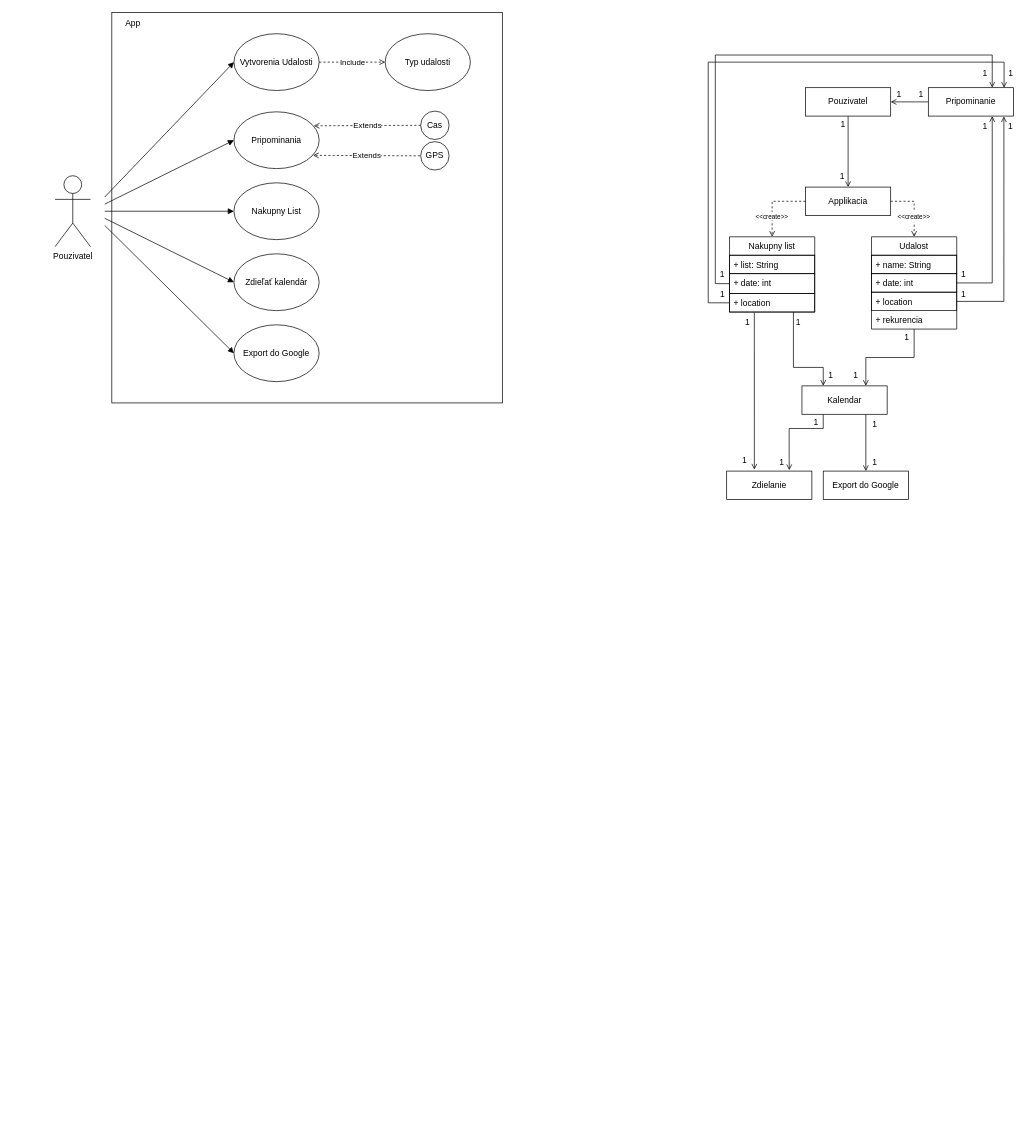
Earlier version of the draw.io diagram SWI_1.drawio (X-Marosi/SWI_1). Source tidied: cells renumbered, new cells numbered last; positions are measured from the earlier drawing's top-left corner, leaving out a move shared by most shapes. Both pictures are drawn from the tidied source at 71%, with x=0, y=0 at pixel (55, 12).
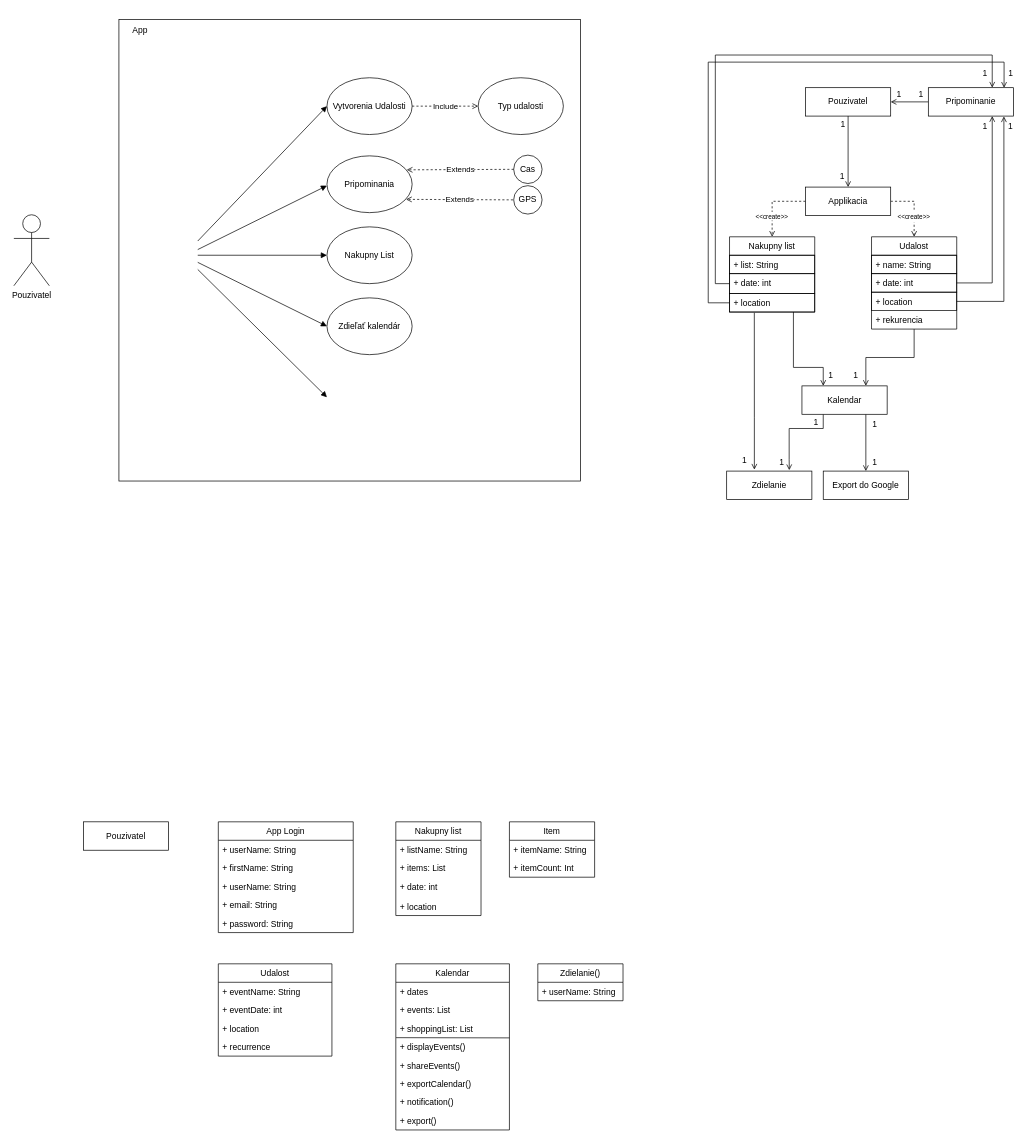
Above is the later version.

Diff of the diagram source:
```diff
@@
     <mxCell id="2" style="whiteSpace=wrap;html=1;fillColor=none;" parent="1" vertex="1">
-      <mxGeometry x="80" width="550" height="550" as="geometry" />
+      <mxGeometry x="90" y="10" width="650" height="650" as="geometry" />
     </mxCell>
     <mxCell id="3" value="Pouzivatel" style="shape=umlActor;verticalLabelPosition=bottom;verticalAlign=top;html=1;" parent="1" vertex="1">
-      <mxGeometry y="230" width="50" height="100" as="geometry" />
+      <mxGeometry x="-58" y="285" width="50" height="100" as="geometry" />
     </mxCell>
     <mxCell id="4" value="Vytvorenia Udalosti" style="ellipse;whiteSpace=wrap;html=1;" parent="1" vertex="1">
-      <mxGeometry x="252" y="30" width="120" height="80" as="geometry" />
+      <mxGeometry x="383" y="92" width="120" height="80" as="geometry" />
     </mxCell>
     <mxCell id="5" value="Nakupny List" style="ellipse;whiteSpace=wrap;html=1;" parent="1" vertex="1">
-      <mxGeometry x="252" y="240" width="120" height="80" as="geometry" />
+      <mxGeometry x="383" y="302" width="120" height="80" as="geometry" />
     </mxCell>
     <mxCell id="6" value="Zdieľať kalendár" style="ellipse;whiteSpace=wrap;html=1;" parent="1" vertex="1">
-      <mxGeometry x="252" y="340" width="120" height="80" as="geometry" />
+      <mxGeometry x="383" y="402" width="120" height="80" as="geometry" />
     </mxCell>
-    <mxCell id="7" value="Export do Google" style="ellipse;whiteSpace=wrap;html=1;" parent="1" vertex="1">
-      <mxGeometry x="252" y="440" width="120" height="80" as="geometry" />
-    </mxCell>
     <mxCell id="8" style="endArrow=block;html=1;rounded=0;entryX=0;entryY=0.5;entryDx=0;entryDy=0;endFill=1;" parent="1" edge="1" target="4">
       <mxGeometry relative="1" as="geometry">
-        <mxPoint x="70" y="260" as="sourcePoint" />
+        <mxPoint x="201" y="322" as="sourcePoint" />
       </mxGeometry>
     </mxCell>
     <mxCell id="9" style="endArrow=block;html=1;rounded=0;entryX=0;entryY=0.5;entryDx=0;entryDy=0;endFill=1;" parent="1" edge="1" target="5">
       <mxGeometry relative="1" as="geometry">
-        <mxPoint x="70" y="280" as="sourcePoint" />
+        <mxPoint x="201" y="342" as="sourcePoint" />
       </mxGeometry>
     </mxCell>
     <mxCell id="10" style="endArrow=block;html=1;rounded=0;entryX=0;entryY=0.5;entryDx=0;entryDy=0;endFill=1;" parent="1" edge="1" target="6">
       <mxGeometry relative="1" as="geometry">
-        <mxPoint x="70" y="290" as="sourcePoint" />
+        <mxPoint x="201" y="352" as="sourcePoint" />
       </mxGeometry>
     </mxCell>
-    <mxCell id="11" style="endArrow=block;html=1;rounded=0;entryX=0;entryY=0.5;entryDx=0;entryDy=0;endFill=1;" parent="1" edge="1" target="7">
+    <mxCell id="11" style="endArrow=block;html=1;rounded=0;entryX=0;entryY=0.5;entryDx=0;entryDy=0;endFill=1;" parent="1" edge="1">
       <mxGeometry relative="1" as="geometry">
-        <mxPoint x="70" y="300" as="sourcePoint" />
+        <mxPoint x="201" y="362" as="sourcePoint" />
+        <mxPoint x="383" y="542" as="targetPoint" />
       </mxGeometry>
     </mxCell>
     <mxCell id="12" value="Typ udalosti" style="ellipse;whiteSpace=wrap;html=1;" parent="1" vertex="1">
-      <mxGeometry x="465" y="30" width="120" height="80" as="geometry" />
+      <mxGeometry x="596" y="92" width="120" height="80" as="geometry" />
     </mxCell>
@@
     <mxCell id="14" value="Pripominania" style="ellipse;whiteSpace=wrap;html=1;" parent="1" vertex="1">
-      <mxGeometry x="252" y="140" width="120" height="80" as="geometry" />
+      <mxGeometry x="383" y="202" width="120" height="80" as="geometry" />
     </mxCell>
     <mxCell id="15" value="Cas" style="ellipse;whiteSpace=wrap;html=1;" parent="1" vertex="1">
-      <mxGeometry x="515" y="139" width="40" height="40" as="geometry" />
+      <mxGeometry x="646" y="201" width="40" height="40" as="geometry" />
     </mxCell>
     <mxCell id="16" value="GPS" style="ellipse;whiteSpace=wrap;html=1;" parent="1" vertex="1">
-      <mxGeometry x="515" y="182" width="40" height="40" as="geometry" />
+      <mxGeometry x="646" y="244" width="40" height="40" as="geometry" />
     </mxCell>
     <mxCell id="17" value="Extends" style="endArrow=open;html=1;rounded=0;dashed=1;exitX=0;exitY=0.5;exitDx=0;exitDy=0;entryX=1;entryY=0;entryDx=0;entryDy=0;endFill=0;" parent="1" edge="1" source="15">
       <mxGeometry relative="1" as="geometry">
-        <mxPoint x="364.4" y="159.7" as="targetPoint" />
+        <mxPoint x="495.4" y="221.7" as="targetPoint" />
       </mxGeometry>
     </mxCell>
     <mxCell id="18" value="Extends" style="endArrow=open;html=1;rounded=0;dashed=1;exitX=0;exitY=0.5;exitDx=0;exitDy=0;entryX=1;entryY=1;entryDx=0;entryDy=0;endFill=0;" parent="1" edge="1">
       <mxGeometry relative="1" as="geometry">
-        <mxPoint x="514" y="202" as="sourcePoint" />
-        <mxPoint x="363.4" y="201.3" as="targetPoint" />
+        <mxPoint x="645" y="264" as="sourcePoint" />
+        <mxPoint x="494.4" y="263.3" as="targetPoint" />
       </mxGeometry>
     </mxCell>
-    <mxCell id="19" style="endArrow=block;html=1;rounded=0;entryX=0;entryY=0.5;entryDx=0;entryDy=0;endFill=1;" parent="1" edge="1" target="14">
+    <mxCell id="19" style="endArrow=block;html=1;rounded=0;entryX=0;entryY=0.5;entryDx=0;entryDy=0;endFill=1;" parent="1" edge="1">
       <mxGeometry relative="1" as="geometry">
-        <mxPoint x="70" y="270" as="sourcePoint" />
+        <mxPoint x="201" y="334" as="sourcePoint" />
+        <mxPoint x="383" y="244" as="targetPoint" />
       </mxGeometry>
     </mxCell>
     <mxCell id="20" value="App" style="text;html=1;strokeColor=none;fillColor=none;align=center;verticalAlign=middle;whiteSpace=wrap;rounded=0;" parent="1" vertex="1">
-      <mxGeometry x="80" width="60" height="30" as="geometry" />
+      <mxGeometry x="90" y="10" width="60" height="30" as="geometry" />
     </mxCell>
@@
-    <mxCell id="54" value="1" style="text;html=1;strokeColor=none;fillColor=none;align=center;verticalAlign=middle;whiteSpace=wrap;rounded=0;" parent="1" vertex="1">
-      <mxGeometry x="1037" y="422" width="20" height="30" as="geometry" />
-    </mxCell>
@@
-    <mxCell id="57" value="1" style="text;html=1;strokeColor=none;fillColor=none;align=center;verticalAlign=middle;whiteSpace=wrap;rounded=0;" parent="1" vertex="1">
-      <mxGeometry x="1190" y="443" width="20" height="30" as="geometry" />
-    </mxCell>
-    <mxCell id="58" value="1" style="text;html=1;strokeColor=none;fillColor=none;align=center;verticalAlign=middle;whiteSpace=wrap;rounded=0;" parent="1" vertex="1">
-      <mxGeometry x="1270" y="354" width="20" height="30" as="geometry" />
-    </mxCell>
-    <mxCell id="59" value="1" style="text;html=1;strokeColor=none;fillColor=none;align=center;verticalAlign=middle;whiteSpace=wrap;rounded=0;" parent="1" vertex="1">
-      <mxGeometry x="930" y="354" width="20" height="30" as="geometry" />
-    </mxCell>
@@
-    <mxCell id="65" value="1" style="text;html=1;align=center;verticalAlign=middle;strokeColor=none;fillColor=none;" parent="1" vertex="1">
-      <mxGeometry x="960" y="422" width="30" height="30" as="geometry" />
-    </mxCell>
@@
-    <mxCell id="69" value="1" style="text;html=1;strokeColor=none;fillColor=none;align=center;verticalAlign=middle;whiteSpace=wrap;rounded=0;" parent="1" vertex="1">
-      <mxGeometry x="1270" y="383" width="20" height="30" as="geometry" />
-    </mxCell>
@@
-    <mxCell id="71" value="1" style="text;html=1;align=center;verticalAlign=middle;strokeColor=none;fillColor=none;" parent="1" vertex="1">
-      <mxGeometry x="925" y="383" width="30" height="30" as="geometry" />
-    </mxCell>
@@
+    <mxCell id="73" value="Pouzivatel" style="rounded=0;whiteSpace=wrap;html=1;" parent="1" vertex="1">
+      <mxGeometry x="40" y="1140" width="120" height="40" as="geometry" />
+    </mxCell>
+    <mxCell id="74" value="App Login" style="swimlane;fontStyle=0;horizontal=1;startSize=26;fillColor=none;strokeColor=default;" parent="1" vertex="1">
+      <mxGeometry x="230" y="1140" width="190" height="156" as="geometry" />
+    </mxCell>
+    <mxCell id="75" value="+ userName: String" style="text;strokeColor=none;fillColor=none;align=left;verticalAlign=top;spacingLeft=4;spacingRight=4;overflow=hidden;" parent="74" vertex="1">
+      <mxGeometry y="26" width="190" height="26" as="geometry" />
+    </mxCell>
+    <mxCell id="76" value="+ firstName: String" style="text;strokeColor=none;fillColor=none;align=left;verticalAlign=top;spacingLeft=4;spacingRight=4;overflow=hidden;" parent="74" vertex="1">
+      <mxGeometry y="52" width="190" height="26" as="geometry" />
+    </mxCell>
+    <mxCell id="77" value="+ userName: String" style="text;strokeColor=none;fillColor=none;align=left;verticalAlign=top;spacingLeft=4;spacingRight=4;overflow=hidden;" parent="74" vertex="1">
+      <mxGeometry y="78" width="190" height="26" as="geometry" />
+    </mxCell>
+    <mxCell id="78" value="+ email: String" style="text;strokeColor=none;fillColor=none;align=left;verticalAlign=top;spacingLeft=4;spacingRight=4;overflow=hidden;" parent="74" vertex="1">
+      <mxGeometry y="104" width="190" height="26" as="geometry" />
+    </mxCell>
+    <mxCell id="79" value="+ password: String" style="text;strokeColor=none;fillColor=none;align=left;verticalAlign=top;spacingLeft=4;spacingRight=4;overflow=hidden;" parent="74" vertex="1">
+      <mxGeometry y="130" width="190" height="26" as="geometry" />
+    </mxCell>
+    <mxCell id="80" value="Nakupny list" style="swimlane;fontStyle=0;horizontal=1;startSize=26;fillColor=none;" parent="1" vertex="1">
+      <mxGeometry x="480" y="1140" width="120" height="132" as="geometry" />
+    </mxCell>
+    <mxCell id="81" value="+ listName: String&#10;&#10;" style="text;strokeColor=none;fillColor=none;align=left;verticalAlign=top;spacingLeft=4;spacingRight=4;overflow=hidden;" parent="80" vertex="1">
+      <mxGeometry y="26" width="120" height="26" as="geometry" />
+    </mxCell>
+    <mxCell id="82" value="+ items: List" style="text;strokeColor=none;fillColor=none;align=left;verticalAlign=top;spacingLeft=4;spacingRight=4;overflow=hidden;" parent="80" vertex="1">
+      <mxGeometry y="52" width="120" height="26" as="geometry" />
+    </mxCell>
+    <mxCell id="83" value="+ date: int" style="text;strokeColor=none;fillColor=none;align=left;verticalAlign=top;spacingLeft=4;spacingRight=4;overflow=hidden;" parent="80" vertex="1">
+      <mxGeometry y="78" width="120" height="28" as="geometry" />
+    </mxCell>
+    <mxCell id="84" value="+ location" style="text;strokeColor=none;fillColor=none;align=left;verticalAlign=top;spacingLeft=4;spacingRight=4;overflow=hidden;" parent="80" vertex="1">
+      <mxGeometry y="106" width="120" height="26" as="geometry" />
+    </mxCell>
+    <mxCell id="85" value="Item" style="swimlane;fontStyle=0;horizontal=1;startSize=26;fillColor=none;" parent="1" vertex="1">
+      <mxGeometry x="640" y="1140" width="120" height="78" as="geometry" />
+    </mxCell>
+    <mxCell id="86" value="+ itemName: String&#10;" style="text;strokeColor=none;fillColor=none;align=left;verticalAlign=top;spacingLeft=4;spacingRight=4;overflow=hidden;" parent="85" vertex="1">
+      <mxGeometry y="26" width="120" height="26" as="geometry" />
+    </mxCell>
+    <mxCell id="87" value="+ itemCount: Int" style="text;strokeColor=none;fillColor=none;align=left;verticalAlign=top;spacingLeft=4;spacingRight=4;overflow=hidden;" parent="85" vertex="1">
+      <mxGeometry y="52" width="120" height="26" as="geometry" />
+    </mxCell>
+    <mxCell id="88" value="Udalost" style="swimlane;fontStyle=0;horizontal=1;startSize=26;fillColor=none;strokeColor=default;" parent="1" vertex="1">
+      <mxGeometry x="230" y="1340" width="160" height="130" as="geometry" />
+    </mxCell>
+    <mxCell id="89" value="+ eventName: String" style="text;strokeColor=none;fillColor=none;align=left;verticalAlign=top;spacingLeft=4;spacingRight=4;overflow=hidden;" parent="88" vertex="1">
+      <mxGeometry y="26" width="160" height="26" as="geometry" />
+    </mxCell>
+    <mxCell id="90" value="+ eventDate: int" style="text;strokeColor=none;fillColor=none;align=left;verticalAlign=top;spacingLeft=4;spacingRight=4;overflow=hidden;" parent="88" vertex="1">
+      <mxGeometry y="52" width="160" height="26" as="geometry" />
+    </mxCell>
+    <mxCell id="91" value="+ location" style="text;strokeColor=none;fillColor=none;align=left;verticalAlign=top;spacingLeft=4;spacingRight=4;overflow=hidden;" parent="88" vertex="1">
+      <mxGeometry y="78" width="160" height="26" as="geometry" />
+    </mxCell>
+    <mxCell id="92" value="+ recurrence " style="text;strokeColor=none;fillColor=none;align=left;verticalAlign=top;spacingLeft=4;spacingRight=4;overflow=hidden;" parent="88" vertex="1">
+      <mxGeometry y="104" width="160" height="26" as="geometry" />
+    </mxCell>
+    <mxCell id="93" value="Kalendar" style="swimlane;fontStyle=0;horizontal=1;startSize=26;fillColor=none;strokeColor=default;" parent="1" vertex="1">
+      <mxGeometry x="480" y="1340" width="160" height="234" as="geometry" />
+    </mxCell>
+    <mxCell id="94" value="+ dates" style="text;strokeColor=none;fillColor=none;align=left;verticalAlign=top;spacingLeft=4;spacingRight=4;overflow=hidden;" parent="93" vertex="1">
+      <mxGeometry y="26" width="160" height="26" as="geometry" />
+    </mxCell>
+    <mxCell id="95" value="+ events: List" style="text;strokeColor=none;fillColor=none;align=left;verticalAlign=top;spacingLeft=4;spacingRight=4;overflow=hidden;" parent="93" vertex="1">
+      <mxGeometry y="52" width="160" height="26" as="geometry" />
+    </mxCell>
+    <mxCell id="96" value="+ shoppingList: List" style="text;strokeColor=none;fillColor=none;align=left;verticalAlign=top;spacingLeft=4;spacingRight=4;overflow=hidden;strokeWidth=1;perimeterSpacing=14;" parent="93" vertex="1">
+      <mxGeometry y="78" width="160" height="26" as="geometry" />
+    </mxCell>
+    <mxCell id="97" style="endArrow=none;html=1;rounded=0;entryX=1.004;entryY=-0.025;entryDx=0;entryDy=0;entryPerimeter=0;" parent="93" edge="1">
+      <mxGeometry relative="1" as="geometry">
+        <mxPoint x="0.4" y="104" as="sourcePoint" />
+        <mxPoint x="160" y="104.3" as="targetPoint" />
+      </mxGeometry>
+    </mxCell>
+    <mxCell id="98" value="+ displayEvents()" style="text;strokeColor=none;fillColor=none;align=left;verticalAlign=top;spacingLeft=4;spacingRight=4;overflow=hidden;" parent="93" vertex="1">
+      <mxGeometry y="104" width="160" height="26" as="geometry" />
+    </mxCell>
+    <mxCell id="99" value="+ shareEvents()" style="text;strokeColor=none;fillColor=none;align=left;verticalAlign=top;spacingLeft=4;spacingRight=4;overflow=hidden;" parent="93" vertex="1">
+      <mxGeometry y="130" width="160" height="26" as="geometry" />
+    </mxCell>
+    <mxCell id="100" value="+ exportCalendar()" style="text;strokeColor=none;fillColor=none;align=left;verticalAlign=top;spacingLeft=4;spacingRight=4;overflow=hidden;" parent="93" vertex="1">
+      <mxGeometry y="156" width="160" height="26" as="geometry" />
+    </mxCell>
+    <mxCell id="101" value="+ notification()" style="text;strokeColor=none;fillColor=none;align=left;verticalAlign=top;spacingLeft=4;spacingRight=4;overflow=hidden;" parent="93" vertex="1">
+      <mxGeometry y="182" width="160" height="26" as="geometry" />
+    </mxCell>
+    <mxCell id="102" value="+ export()" style="text;strokeColor=none;fillColor=none;align=left;verticalAlign=top;spacingLeft=4;spacingRight=4;overflow=hidden;" parent="93" vertex="1">
+      <mxGeometry y="208" width="160" height="26" as="geometry" />
+    </mxCell>
+    <mxCell id="103" value="Zdielanie()" style="swimlane;fontStyle=0;horizontal=1;startSize=26;fillColor=none;" parent="1" vertex="1">
+      <mxGeometry x="680" y="1340" width="120" height="52" as="geometry" />
+    </mxCell>
+    <mxCell id="104" value="+ userName: String&#10;" style="text;strokeColor=none;fillColor=none;align=left;verticalAlign=top;spacingLeft=4;spacingRight=4;overflow=hidden;" parent="103" vertex="1">
+      <mxGeometry y="26" width="120" height="26" as="geometry" />
+    </mxCell>
```
